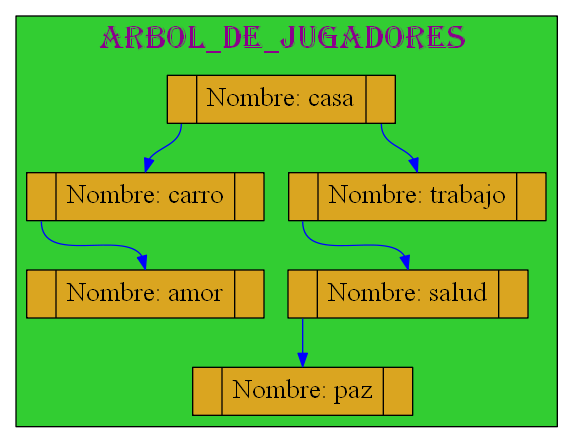
Above: Graficas/Arbol_Jugadores.dot.png in mariotun/EDD_1S2020_PY1_201602942 (Graphviz), before the change. Its source is kept beside it as Graficas/Arbol_Jugadores.dot.
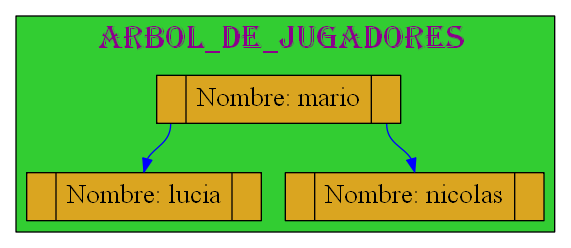
Above is the later version.

Change to the diagram source:
```diff
@@ -11,22 +11,12 @@
 node[shape=record,height=0.5 style=filled fontcolor=black fillcolor=goldenrod fontsize=20 ];
 
 
-25770475840[label="<f0> |<f1>Nombre: casa |<f2> " ];
-25770476048[label="<f0> |<f1>Nombre: carro |<f2>" ]
-25770476448[label="<f0> |<f1>Nombre: trabajo |<f2>" ]
-25770476256[label="<f0> |<f1>Nombre: salud |<f2>" ]
-25770476256[label="<f0> |<f1>Nombre: salud |<f2>" ]
-25770477264[label="<f0> |<f1>Nombre: paz |<f2>" ]
-25770477264[label="<f0> |<f1>Nombre: paz |<f2>" ]
-25770477264[label="<f0> |<f1>Nombre: paz |<f2>" ]
-25770476704[label="<f0> |<f1>Nombre: amor |<f2>" ]
-25770476704[label="<f0> |<f1>Nombre: amor |<f2>" ]
+25770476720[label="<f0> |<f1>Nombre: mario |<f2> " ];
+25770490768[label="<f0> |<f1>Nombre: nicolas |<f2>" ]
+25770489296[label="<f0> |<f1>Nombre: lucia |<f2>" ]
 
-25770475840:f0->25770476048:f1 [color=blue]
-25770475840:f2->25770476448:f1 [color=blue ]
-25770476448:f0->25770476256:f1 [color=blue]
-25770476256:f0->25770477264:f1 [color=blue]
-25770476048:f0->25770476704:f1 [color=blue]
+25770476720:f2->25770490768:f1 [color=blue ]
+25770476720:f0->25770489296:f1 [color=blue]
 
  }
 
```
